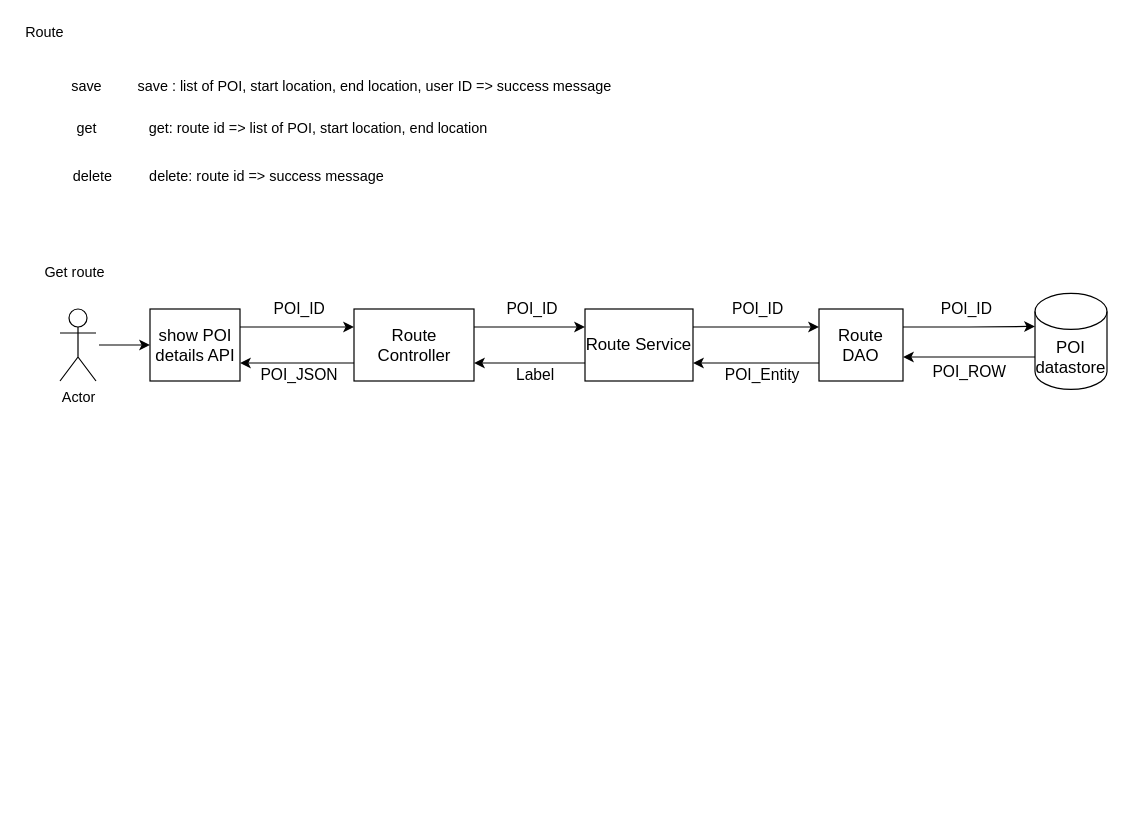
Above: page "Route Service" (5 of 5) of Designdiagram/SystemOverview.drawio in laifukun/FLAGCamp-Design (draw.io), before the change. Source tidied: cells renumbered, new cells numbered last; positions are measured from the earlier drawing's top-left corner, leaving out a move shared by most shapes. Both pictures are drawn from the tidied source at 120%, with x=0, y=0 at pixel (20, 20).
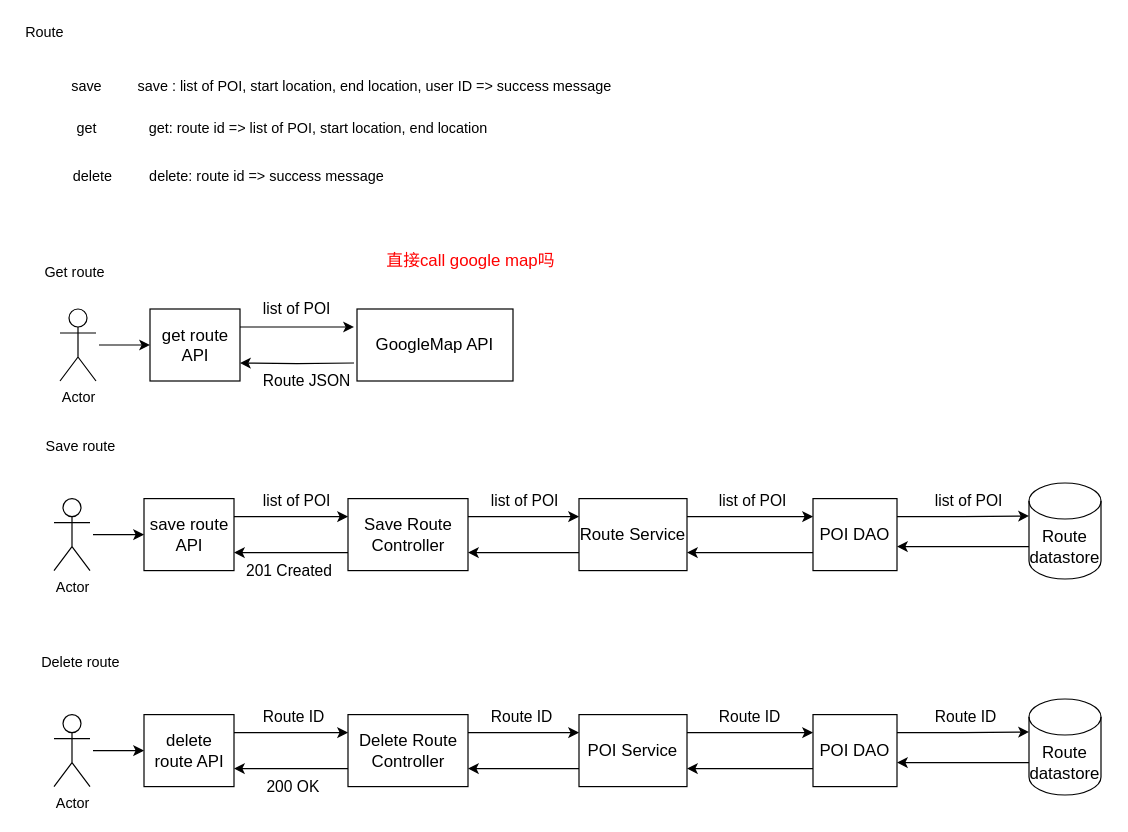
After the change.

The edit, as a diff of the source:
```diff
@@
-    <mxCell id="10" style="edgeStyle=orthogonalEdgeStyle;rounded=0;jettySize=auto;html=1;exitX=1;exitY=0.25;exitDx=0;exitDy=0;entryX=0;entryY=0.25;entryDx=0;entryDy=0;" parent="1" edge="1" source="11" target="14">
-      <mxGeometry relative="1" as="geometry" />
+    <mxCell id="10" style="edgeStyle=orthogonalEdgeStyle;rounded=0;jettySize=auto;html=1;exitX=1;exitY=0.25;exitDx=0;exitDy=0;entryX=0;entryY=0.25;entryDx=0;entryDy=0;" parent="1" edge="1" source="11">
+      <mxGeometry relative="1" as="geometry">
+        <mxPoint x="277.5" y="255" as="targetPoint" />
+      </mxGeometry>
     </mxCell>
-    <mxCell id="11" value="show POI details API" style="rounded=0;whiteSpace=wrap;html=1;fontSize=14;" parent="1" vertex="1">
+    <mxCell id="11" value="get route API" style="rounded=0;whiteSpace=wrap;html=1;fontSize=14;" parent="1" vertex="1">
       <mxGeometry x="107.5" y="240" width="75" height="60" as="geometry" />
     </mxCell>
-    <mxCell id="12" style="edgeStyle=orthogonalEdgeStyle;rounded=0;jettySize=auto;html=1;exitX=1;exitY=0.25;exitDx=0;exitDy=0;entryX=0;entryY=0.25;entryDx=0;entryDy=0;" parent="1" edge="1" source="14" target="16">
-      <mxGeometry relative="1" as="geometry" />
-    </mxCell>
-    <mxCell id="13" style="edgeStyle=orthogonalEdgeStyle;rounded=0;jettySize=auto;html=1;exitX=0;exitY=0.75;exitDx=0;exitDy=0;entryX=1;entryY=0.75;entryDx=0;entryDy=0;" parent="1" edge="1" source="14" target="11">
-      <mxGeometry relative="1" as="geometry" />
+    <mxCell id="13" style="edgeStyle=orthogonalEdgeStyle;rounded=0;jettySize=auto;html=1;exitX=0;exitY=0.75;exitDx=0;exitDy=0;entryX=1;entryY=0.75;entryDx=0;entryDy=0;" parent="1" edge="1" target="11">
+      <mxGeometry relative="1" as="geometry">
+        <mxPoint x="277.5" y="285" as="sourcePoint" />
+      </mxGeometry>
     </mxCell>
-    <mxCell id="14" value="Route Controller" style="rounded=0;whiteSpace=wrap;html=1;fontSize=14;" parent="1" vertex="1">
-      <mxGeometry x="277.5" y="240" width="100" height="60" as="geometry" />
-    </mxCell>
-    <mxCell id="15" style="edgeStyle=orthogonalEdgeStyle;rounded=0;jettySize=auto;html=1;exitX=0;exitY=0.75;exitDx=0;exitDy=0;entryX=1;entryY=0.75;entryDx=0;entryDy=0;" parent="1" edge="1" source="16" target="14">
-      <mxGeometry relative="1" as="geometry" />
-    </mxCell>
+    <mxCell id="21" style="endArrow=classic;html=1;entryX=0;entryY=0.5;entryDx=0;entryDy=0;" parent="1" edge="1" target="11">
+      <mxGeometry relative="1" as="geometry">
+        <mxPoint x="65" y="270" as="sourcePoint" />
+      </mxGeometry>
+    </mxCell>
+    <mxCell id="25" value="Get route" style="text;html=1;strokeColor=none;fillColor=none;align=center;verticalAlign=middle;whiteSpace=wrap;rounded=0;" parent="1" vertex="1">
+      <mxGeometry y="200" width="90" height="20" as="geometry" />
+    </mxCell>
+    <mxCell id="33" value="GoogleMap API" style="rounded=0;whiteSpace=wrap;html=1;fontSize=14;" parent="1" vertex="1">
+      <mxGeometry x="280" y="240" width="130" height="60" as="geometry" />
+    </mxCell>
+    <mxCell id="34" value="Route JSON" style="edgeLabel;html=1;align=left;verticalAlign=bottom;fontSize=13;" parent="1" vertex="1">
+      <mxGeometry x="200" y="310" as="geometry" />
+    </mxCell>
+    <mxCell id="35" value="直接call google map吗" style="text;html=1;strokeColor=none;fillColor=none;align=center;verticalAlign=middle;whiteSpace=wrap;rounded=0;fontSize=14;fontColor=#FF0000;" parent="1" vertex="1">
+      <mxGeometry x="260" y="190" width="230" height="20" as="geometry" />
+    </mxCell>
+    <mxCell id="36" value="list of POI" style="edgeLabel;html=1;align=left;verticalAlign=bottom;fontSize=13;" parent="1" vertex="1">
+      <mxGeometry x="200" y="250" as="geometry" />
+    </mxCell>
+    <mxCell id="37" value="Save route" style="text;html=1;strokeColor=none;fillColor=none;align=center;verticalAlign=middle;whiteSpace=wrap;rounded=0;" parent="1" vertex="1">
+      <mxGeometry x="10" y="350" width="80" height="10" as="geometry" />
+    </mxCell>
+    <mxCell id="38" value="Actor" style="shape=umlActor;verticalLabelPosition=bottom;verticalAlign=top;html=1;" parent="1" vertex="1">
+      <mxGeometry x="27.5" y="398" width="30" height="60" as="geometry" />
+    </mxCell>
+    <mxCell id="39" style="edgeStyle=orthogonalEdgeStyle;rounded=0;jettySize=auto;html=1;exitX=1;exitY=0.25;exitDx=0;exitDy=0;entryX=0;entryY=0.25;entryDx=0;entryDy=0;" parent="1" edge="1" source="40" target="43">
+      <mxGeometry relative="1" as="geometry" />
+    </mxCell>
+    <mxCell id="40" value="save route API" style="rounded=0;whiteSpace=wrap;html=1;fontSize=14;" parent="1" vertex="1">
+      <mxGeometry x="102.5" y="398" width="75" height="60" as="geometry" />
+    </mxCell>
+    <mxCell id="41" style="edgeStyle=orthogonalEdgeStyle;rounded=0;jettySize=auto;html=1;exitX=1;exitY=0.25;exitDx=0;exitDy=0;entryX=0;entryY=0.25;entryDx=0;entryDy=0;" parent="1" edge="1" source="43" target="16">
+      <mxGeometry relative="1" as="geometry" />
+    </mxCell>
+    <mxCell id="42" style="edgeStyle=orthogonalEdgeStyle;rounded=0;jettySize=auto;html=1;exitX=0;exitY=0.75;exitDx=0;exitDy=0;entryX=1;entryY=0.75;entryDx=0;entryDy=0;" parent="1" edge="1" source="43" target="40">
+      <mxGeometry relative="1" as="geometry" />
+    </mxCell>
+    <mxCell id="43" value="Save Route Controller" style="rounded=0;whiteSpace=wrap;html=1;fontSize=14;" parent="1" vertex="1">
+      <mxGeometry x="272.5" y="398" width="100" height="60" as="geometry" />
+    </mxCell>
+    <mxCell id="44" style="edgeStyle=orthogonalEdgeStyle;rounded=0;jettySize=auto;html=1;exitX=0;exitY=0.75;exitDx=0;exitDy=0;entryX=1;entryY=0.75;entryDx=0;entryDy=0;" parent="1" edge="1" source="16" target="43">
+      <mxGeometry relative="1" as="geometry" />
+    </mxCell>
     <mxCell id="16" value="Route Service" style="rounded=0;whiteSpace=wrap;html=1;fontSize=14;" parent="1" vertex="1">
-      <mxGeometry x="470" y="240" width="90" height="60" as="geometry" />
+      <mxGeometry x="465" y="398" width="90" height="60" as="geometry" />
     </mxCell>
-    <mxCell id="17" style="edgeStyle=orthogonalEdgeStyle;rounded=0;jettySize=auto;html=1;exitX=1;exitY=0.25;exitDx=0;exitDy=0;entryX=0;entryY=0;entryDx=0;entryDy=27.5;entryPerimeter=0;" parent="1" edge="1" source="19" target="20">
-      <mxGeometry relative="1" as="geometry" />
-    </mxCell>
-    <mxCell id="18" style="edgeStyle=orthogonalEdgeStyle;rounded=0;jettySize=auto;html=1;exitX=0;exitY=0.75;exitDx=0;exitDy=0;entryX=1;entryY=0.75;entryDx=0;entryDy=0;" parent="1" edge="1" source="19" target="16">
-      <mxGeometry relative="1" as="geometry" />
-    </mxCell>
-    <mxCell id="19" value="Route DAO" style="rounded=0;whiteSpace=wrap;html=1;fontSize=14;" parent="1" vertex="1">
-      <mxGeometry x="665" y="240" width="70" height="60" as="geometry" />
-    </mxCell>
-    <mxCell id="20" value="POI datastore" style="shape=cylinder3;whiteSpace=wrap;html=1;boundedLbl=1;backgroundOutline=1;size=15;fontSize=14;" parent="1" vertex="1">
-      <mxGeometry x="845" y="227" width="60" height="80" as="geometry" />
-    </mxCell>
-    <mxCell id="21" style="endArrow=classic;html=1;entryX=0;entryY=0.5;entryDx=0;entryDy=0;" parent="1" edge="1" target="11">
-      <mxGeometry relative="1" as="geometry">
-        <mxPoint x="65" y="270" as="sourcePoint" />
-      </mxGeometry>
-    </mxCell>
-    <mxCell id="22" style="endArrow=classic;html=1;exitX=1;exitY=0.25;exitDx=0;exitDy=0;entryX=0;entryY=0.25;entryDx=0;entryDy=0;" parent="1" edge="1" source="16" target="19">
-      <mxGeometry relative="1" as="geometry" />
-    </mxCell>
-    <mxCell id="23" value="POI_ID" style="edgeLabel;html=1;align=left;verticalAlign=bottom;fontSize=13;" parent="22" vertex="1">
-      <mxGeometry x="-1" relative="1" as="geometry">
-        <mxPoint x="-351" y="-5" as="offset" />
-      </mxGeometry>
-    </mxCell>
-    <mxCell id="24" style="endArrow=classic;html=1;" parent="1" edge="1">
-      <mxGeometry relative="1" as="geometry">
-        <mxPoint x="845" y="280" as="sourcePoint" />
-        <mxPoint x="735" y="280" as="targetPoint" />
-      </mxGeometry>
-    </mxCell>
-    <mxCell id="25" value="Get route" style="text;html=1;strokeColor=none;fillColor=none;align=center;verticalAlign=middle;whiteSpace=wrap;rounded=0;" parent="1" vertex="1">
-      <mxGeometry y="200" width="90" height="20" as="geometry" />
-    </mxCell>
-    <mxCell id="26" value="POI_ID" style="edgeLabel;html=1;align=left;verticalAlign=bottom;fontSize=13;" parent="1" vertex="1">
-      <mxGeometry x="402.5" y="250" as="geometry" />
-    </mxCell>
-    <mxCell id="27" value="POI_ID" style="edgeLabel;html=1;align=left;verticalAlign=bottom;fontSize=13;" parent="1" vertex="1">
-      <mxGeometry x="591" y="250" as="geometry" />
-    </mxCell>
-    <mxCell id="28" value="POI_ID" style="edgeLabel;html=1;align=left;verticalAlign=bottom;fontSize=13;" parent="1" vertex="1">
-      <mxGeometry x="765" y="250" as="geometry" />
-    </mxCell>
-    <mxCell id="29" value="POI_Entity" style="edgeLabel;html=1;align=left;verticalAlign=bottom;fontSize=13;" parent="1" vertex="1">
-      <mxGeometry x="585" y="305" as="geometry" />
-    </mxCell>
-    <mxCell id="30" value="POI_ROW" style="edgeLabel;html=1;align=left;verticalAlign=bottom;fontSize=13;" parent="1" vertex="1">
-      <mxGeometry x="758" y="302" as="geometry" />
-    </mxCell>
-    <mxCell id="31" value="Label" style="edgeLabel;html=1;align=left;verticalAlign=bottom;fontSize=13;" parent="1" vertex="1">
-      <mxGeometry x="407.5" y="307" as="geometry">
-        <mxPoint x="3" y="-2" as="offset" />
-      </mxGeometry>
-    </mxCell>
-    <mxCell id="32" value="POI_JSON" style="edgeLabel;html=1;align=left;verticalAlign=bottom;fontSize=13;" parent="1" vertex="1">
-      <mxGeometry x="195" y="307" as="geometry">
-        <mxPoint x="3" y="-2" as="offset" />
-      </mxGeometry>
-    </mxCell>
+    <mxCell id="45" style="edgeStyle=orthogonalEdgeStyle;rounded=0;jettySize=auto;html=1;exitX=1;exitY=0.25;exitDx=0;exitDy=0;entryX=0;entryY=0;entryDx=0;entryDy=27.5;entryPerimeter=0;" parent="1" edge="1" source="47" target="48">
+      <mxGeometry relative="1" as="geometry" />
+    </mxCell>
+    <mxCell id="46" style="edgeStyle=orthogonalEdgeStyle;rounded=0;jettySize=auto;html=1;exitX=0;exitY=0.75;exitDx=0;exitDy=0;entryX=1;entryY=0.75;entryDx=0;entryDy=0;" parent="1" edge="1" source="47" target="16">
+      <mxGeometry relative="1" as="geometry" />
+    </mxCell>
+    <mxCell id="47" value="POI DAO" style="rounded=0;whiteSpace=wrap;html=1;fontSize=14;" parent="1" vertex="1">
+      <mxGeometry x="660" y="398" width="70" height="60" as="geometry" />
+    </mxCell>
+    <mxCell id="48" value="Route&lt;br&gt;datastore" style="shape=cylinder3;whiteSpace=wrap;html=1;boundedLbl=1;backgroundOutline=1;size=15;fontSize=14;" parent="1" vertex="1">
+      <mxGeometry x="840" y="385" width="60" height="80" as="geometry" />
+    </mxCell>
+    <mxCell id="49" style="endArrow=classic;html=1;entryX=0;entryY=0.5;entryDx=0;entryDy=0;" parent="1" edge="1" target="40">
+      <mxGeometry relative="1" as="geometry">
+        <mxPoint x="60" y="428" as="sourcePoint" />
+      </mxGeometry>
+    </mxCell>
+    <mxCell id="50" style="endArrow=classic;html=1;exitX=1;exitY=0.25;exitDx=0;exitDy=0;entryX=0;entryY=0.25;entryDx=0;entryDy=0;" parent="1" edge="1" source="16" target="47">
+      <mxGeometry relative="1" as="geometry" />
+    </mxCell>
+    <mxCell id="51" style="endArrow=classic;html=1;" parent="1" edge="1">
+      <mxGeometry relative="1" as="geometry">
+        <mxPoint x="840" y="438" as="sourcePoint" />
+        <mxPoint x="730" y="438" as="targetPoint" />
+      </mxGeometry>
+    </mxCell>
+    <mxCell id="52" value="list of POI" style="edgeLabel;html=1;align=left;verticalAlign=bottom;fontSize=13;" parent="1" vertex="1">
+      <mxGeometry x="200" y="410" as="geometry" />
+    </mxCell>
+    <mxCell id="53" value="list of POI" style="edgeLabel;html=1;align=left;verticalAlign=bottom;fontSize=13;" parent="1" vertex="1">
+      <mxGeometry x="390" y="410" as="geometry" />
+    </mxCell>
+    <mxCell id="54" value="list of POI" style="edgeLabel;html=1;align=left;verticalAlign=bottom;fontSize=13;" parent="1" vertex="1">
+      <mxGeometry x="580" y="410" as="geometry" />
+    </mxCell>
+    <mxCell id="55" value="list of POI" style="edgeLabel;html=1;align=left;verticalAlign=bottom;fontSize=13;" parent="1" vertex="1">
+      <mxGeometry x="760" y="410" as="geometry" />
+    </mxCell>
+    <mxCell id="56" value="201 Created" style="edgeLabel;html=1;align=left;verticalAlign=bottom;fontSize=13;" parent="1" vertex="1">
+      <mxGeometry x="182.5" y="470" as="geometry">
+        <mxPoint x="3" y="-2" as="offset" />
+      </mxGeometry>
+    </mxCell>
+    <mxCell id="57" value="Delete route" style="text;html=1;strokeColor=none;fillColor=none;align=center;verticalAlign=middle;whiteSpace=wrap;rounded=0;" parent="1" vertex="1">
+      <mxGeometry x="10" y="530" width="80" height="10" as="geometry" />
+    </mxCell>
+    <mxCell id="58" value="Actor" style="shape=umlActor;verticalLabelPosition=bottom;verticalAlign=top;html=1;" parent="1" vertex="1">
+      <mxGeometry x="27.5" y="578" width="30" height="60" as="geometry" />
+    </mxCell>
+    <mxCell id="59" style="edgeStyle=orthogonalEdgeStyle;rounded=0;jettySize=auto;html=1;exitX=1;exitY=0.25;exitDx=0;exitDy=0;entryX=0;entryY=0.25;entryDx=0;entryDy=0;" parent="1" edge="1" source="60" target="63">
+      <mxGeometry relative="1" as="geometry" />
+    </mxCell>
+    <mxCell id="60" value="delete route API" style="rounded=0;whiteSpace=wrap;html=1;fontSize=14;" parent="1" vertex="1">
+      <mxGeometry x="102.5" y="578" width="75" height="60" as="geometry" />
+    </mxCell>
+    <mxCell id="61" style="edgeStyle=orthogonalEdgeStyle;rounded=0;jettySize=auto;html=1;exitX=1;exitY=0.25;exitDx=0;exitDy=0;entryX=0;entryY=0.25;entryDx=0;entryDy=0;" parent="1" edge="1" source="63" target="65">
+      <mxGeometry relative="1" as="geometry" />
+    </mxCell>
+    <mxCell id="62" style="edgeStyle=orthogonalEdgeStyle;rounded=0;jettySize=auto;html=1;exitX=0;exitY=0.75;exitDx=0;exitDy=0;entryX=1;entryY=0.75;entryDx=0;entryDy=0;" parent="1" edge="1" source="63" target="60">
+      <mxGeometry relative="1" as="geometry" />
+    </mxCell>
+    <mxCell id="63" value="Delete Route Controller" style="rounded=0;whiteSpace=wrap;html=1;fontSize=14;" parent="1" vertex="1">
+      <mxGeometry x="272.5" y="578" width="100" height="60" as="geometry" />
+    </mxCell>
+    <mxCell id="64" style="edgeStyle=orthogonalEdgeStyle;rounded=0;jettySize=auto;html=1;exitX=0;exitY=0.75;exitDx=0;exitDy=0;entryX=1;entryY=0.75;entryDx=0;entryDy=0;" parent="1" edge="1" source="65" target="63">
+      <mxGeometry relative="1" as="geometry" />
+    </mxCell>
+    <mxCell id="65" value="POI Service" style="rounded=0;whiteSpace=wrap;html=1;fontSize=14;" parent="1" vertex="1">
+      <mxGeometry x="465" y="578" width="90" height="60" as="geometry" />
+    </mxCell>
+    <mxCell id="66" style="edgeStyle=orthogonalEdgeStyle;rounded=0;jettySize=auto;html=1;exitX=1;exitY=0.25;exitDx=0;exitDy=0;entryX=0;entryY=0;entryDx=0;entryDy=27.5;entryPerimeter=0;" parent="1" edge="1" source="68" target="69">
+      <mxGeometry relative="1" as="geometry" />
+    </mxCell>
+    <mxCell id="67" style="edgeStyle=orthogonalEdgeStyle;rounded=0;jettySize=auto;html=1;exitX=0;exitY=0.75;exitDx=0;exitDy=0;entryX=1;entryY=0.75;entryDx=0;entryDy=0;" parent="1" edge="1" source="68" target="65">
+      <mxGeometry relative="1" as="geometry" />
+    </mxCell>
+    <mxCell id="68" value="POI DAO" style="rounded=0;whiteSpace=wrap;html=1;fontSize=14;" parent="1" vertex="1">
+      <mxGeometry x="660" y="578" width="70" height="60" as="geometry" />
+    </mxCell>
+    <mxCell id="69" value="Route&lt;br&gt;datastore" style="shape=cylinder3;whiteSpace=wrap;html=1;boundedLbl=1;backgroundOutline=1;size=15;fontSize=14;" parent="1" vertex="1">
+      <mxGeometry x="840" y="565" width="60" height="80" as="geometry" />
+    </mxCell>
+    <mxCell id="70" style="endArrow=classic;html=1;entryX=0;entryY=0.5;entryDx=0;entryDy=0;" parent="1" edge="1" target="60">
+      <mxGeometry relative="1" as="geometry">
+        <mxPoint x="60" y="608" as="sourcePoint" />
+      </mxGeometry>
+    </mxCell>
+    <mxCell id="71" style="endArrow=classic;html=1;exitX=1;exitY=0.25;exitDx=0;exitDy=0;entryX=0;entryY=0.25;entryDx=0;entryDy=0;" parent="1" edge="1" source="65" target="68">
+      <mxGeometry relative="1" as="geometry" />
+    </mxCell>
+    <mxCell id="72" style="endArrow=classic;html=1;" parent="1" edge="1">
+      <mxGeometry relative="1" as="geometry">
+        <mxPoint x="840" y="618" as="sourcePoint" />
+        <mxPoint x="730" y="618" as="targetPoint" />
+      </mxGeometry>
+    </mxCell>
+    <mxCell id="73" value="Route ID" style="edgeLabel;html=1;align=left;verticalAlign=bottom;fontSize=13;" parent="1" vertex="1">
+      <mxGeometry x="200" y="590" as="geometry" />
+    </mxCell>
+    <mxCell id="74" value="200 OK" style="edgeLabel;html=1;align=left;verticalAlign=bottom;fontSize=13;" parent="1" vertex="1">
+      <mxGeometry x="200" y="650" as="geometry">
+        <mxPoint x="3" y="-2" as="offset" />
+      </mxGeometry>
+    </mxCell>
+    <mxCell id="75" value="Route ID" style="edgeLabel;html=1;align=left;verticalAlign=bottom;fontSize=13;" parent="1" vertex="1">
+      <mxGeometry x="390" y="590" as="geometry" />
+    </mxCell>
+    <mxCell id="76" value="Route ID" style="edgeLabel;html=1;align=left;verticalAlign=bottom;fontSize=13;" parent="1" vertex="1">
+      <mxGeometry x="580" y="590" as="geometry" />
+    </mxCell>
+    <mxCell id="77" value="Route ID" style="edgeLabel;html=1;align=left;verticalAlign=bottom;fontSize=13;" parent="1" vertex="1">
+      <mxGeometry x="760" y="590" as="geometry" />
+    </mxCell>
```
